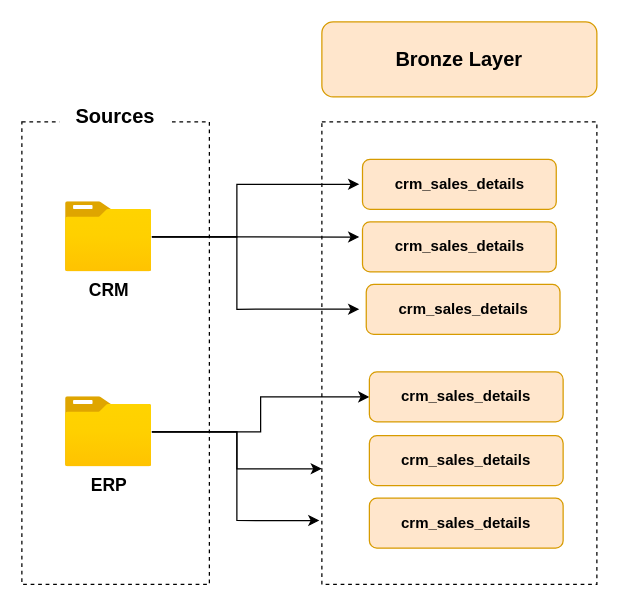
The draw.io diagram DW_Project/docs/dataflow_diagram.drawio in martinrod46/datawarehouse_from_scratch, before the edit. Source tidied: cells renumbered, new cells numbered last; positions are measured from the earlier drawing's top-left corner, leaving out a move shared by most shapes. Both pictures are drawn from the tidied source at 125%, with x=0, y=0 at pixel (21, 21).
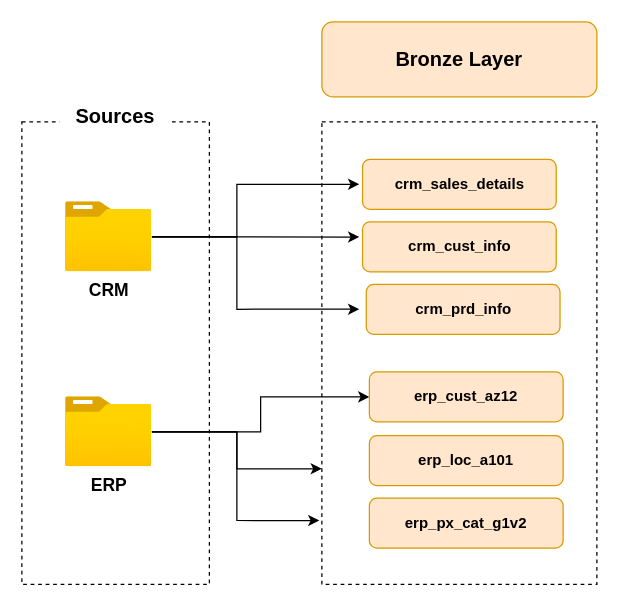
The same diagram, later.

Diff of the diagram source:
```diff
@@
-    <mxCell id="13" value="&lt;font&gt;&lt;b style=&quot;&quot;&gt;crm_sales_details&lt;/b&gt;&lt;/font&gt;" style="rounded=1;whiteSpace=wrap;html=1;fillColor=#ffe6cc;strokeColor=#d79b00;fillStyle=auto;" parent="1" vertex="1">
+    <mxCell id="13" value="&lt;font&gt;&lt;b style=&quot;&quot;&gt;crm_cust_info&lt;/b&gt;&lt;/font&gt;" style="rounded=1;whiteSpace=wrap;html=1;fillColor=#ffe6cc;strokeColor=#d79b00;fillStyle=auto;" parent="1" vertex="1">
       <mxGeometry x="272.5" y="160" width="155" height="40" as="geometry" />
     </mxCell>
-    <mxCell id="14" value="&lt;font&gt;&lt;b style=&quot;&quot;&gt;crm_sales_details&lt;/b&gt;&lt;/font&gt;" style="rounded=1;whiteSpace=wrap;html=1;fillColor=#ffe6cc;strokeColor=#d79b00;fillStyle=auto;" parent="1" vertex="1">
+    <mxCell id="14" value="&lt;font&gt;&lt;b style=&quot;&quot;&gt;crm_prd_info&lt;/b&gt;&lt;/font&gt;" style="rounded=1;whiteSpace=wrap;html=1;fillColor=#ffe6cc;strokeColor=#d79b00;fillStyle=auto;" parent="1" vertex="1">
       <mxGeometry x="275.5" y="210" width="155" height="40" as="geometry" />
     </mxCell>
-    <mxCell id="15" value="&lt;font&gt;&lt;b style=&quot;&quot;&gt;crm_sales_details&lt;/b&gt;&lt;/font&gt;" style="rounded=1;whiteSpace=wrap;html=1;fillColor=#ffe6cc;strokeColor=#d79b00;fillStyle=auto;" parent="1" vertex="1">
+    <mxCell id="15" value="&lt;font&gt;&lt;b style=&quot;&quot;&gt;erp_cust_az12&lt;/b&gt;&lt;/font&gt;" style="rounded=1;whiteSpace=wrap;html=1;fillColor=#ffe6cc;strokeColor=#d79b00;fillStyle=auto;" parent="1" vertex="1">
       <mxGeometry x="278" y="280" width="155" height="40" as="geometry" />
     </mxCell>
-    <mxCell id="16" value="&lt;font&gt;&lt;b style=&quot;&quot;&gt;crm_sales_details&lt;/b&gt;&lt;/font&gt;" style="rounded=1;whiteSpace=wrap;html=1;fillColor=#ffe6cc;strokeColor=#d79b00;fillStyle=auto;" parent="1" vertex="1">
+    <mxCell id="16" value="&lt;b&gt;erp_loc_a101&lt;/b&gt;" style="rounded=1;whiteSpace=wrap;html=1;fillColor=#ffe6cc;strokeColor=#d79b00;fillStyle=auto;" parent="1" vertex="1">
       <mxGeometry x="278" y="331" width="155" height="40" as="geometry" />
     </mxCell>
-    <mxCell id="17" value="&lt;font&gt;&lt;b style=&quot;&quot;&gt;crm_sales_details&lt;/b&gt;&lt;/font&gt;" style="rounded=1;whiteSpace=wrap;html=1;fillColor=#ffe6cc;strokeColor=#d79b00;fillStyle=auto;" parent="1" vertex="1">
+    <mxCell id="17" value="&lt;b&gt;erp_px_cat_g1v2&lt;/b&gt;" style="rounded=1;whiteSpace=wrap;html=1;fillColor=#ffe6cc;strokeColor=#d79b00;fillStyle=auto;" parent="1" vertex="1">
       <mxGeometry x="278" y="381" width="155" height="40" as="geometry" />
     </mxCell>
```
